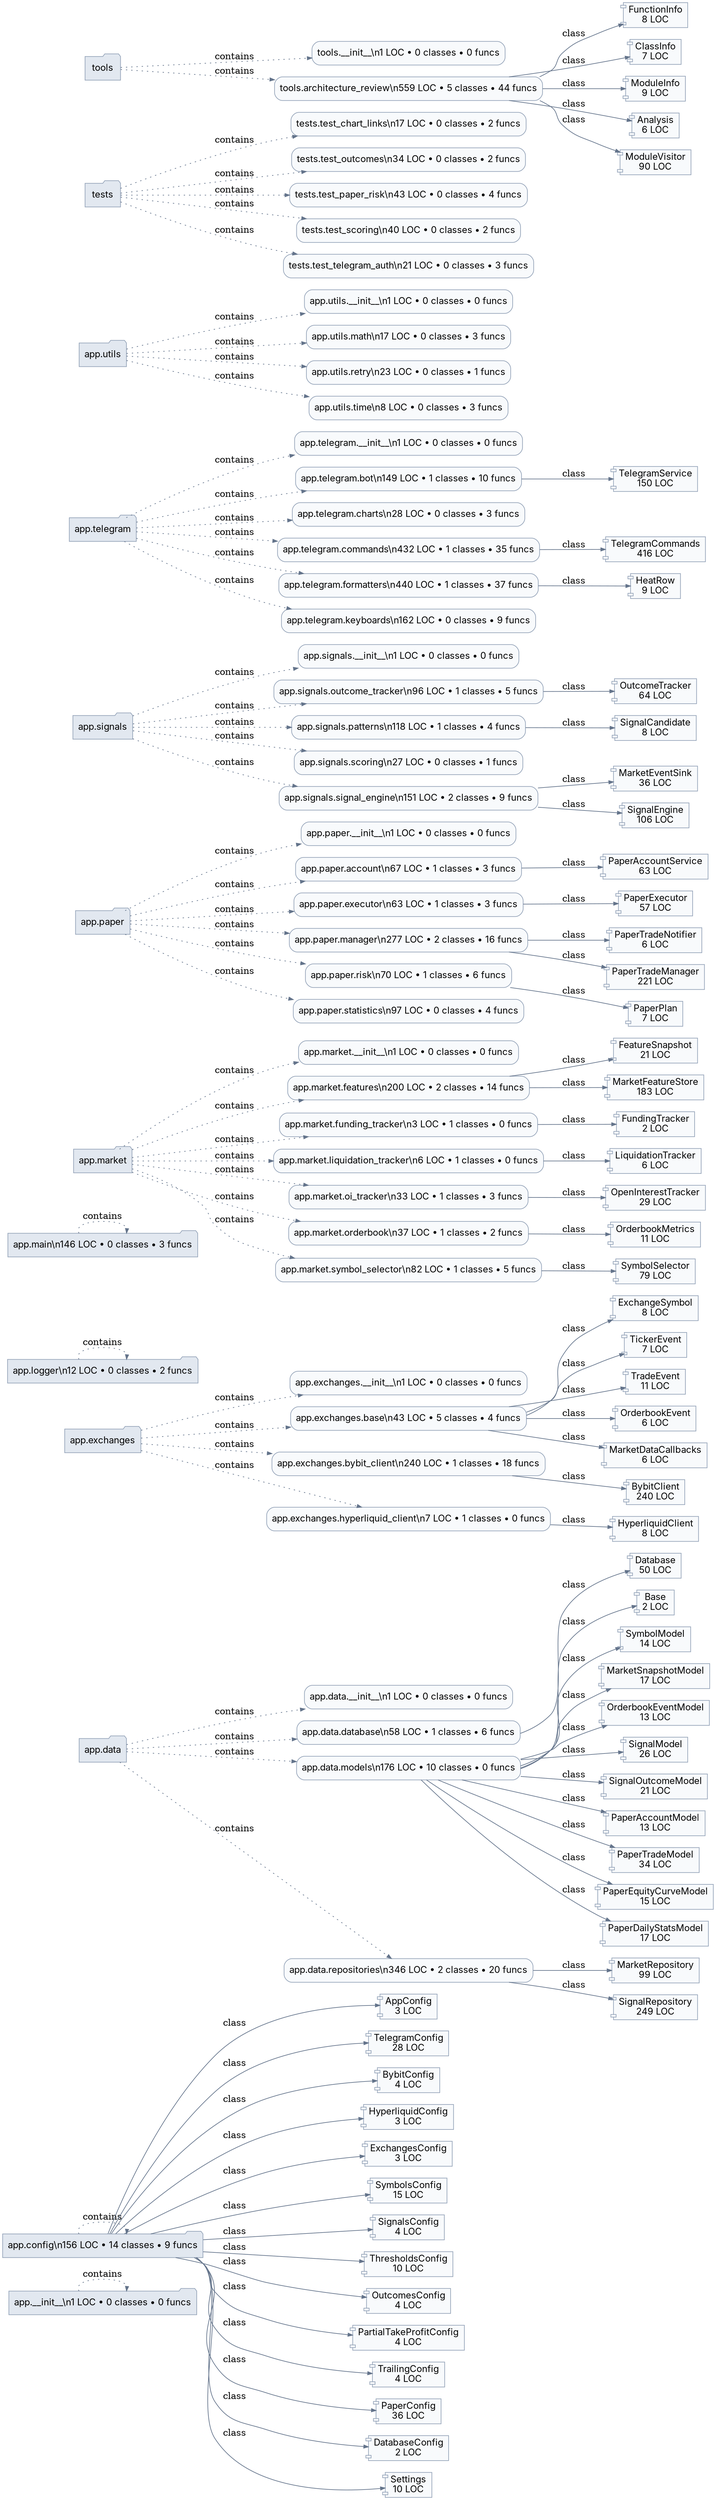
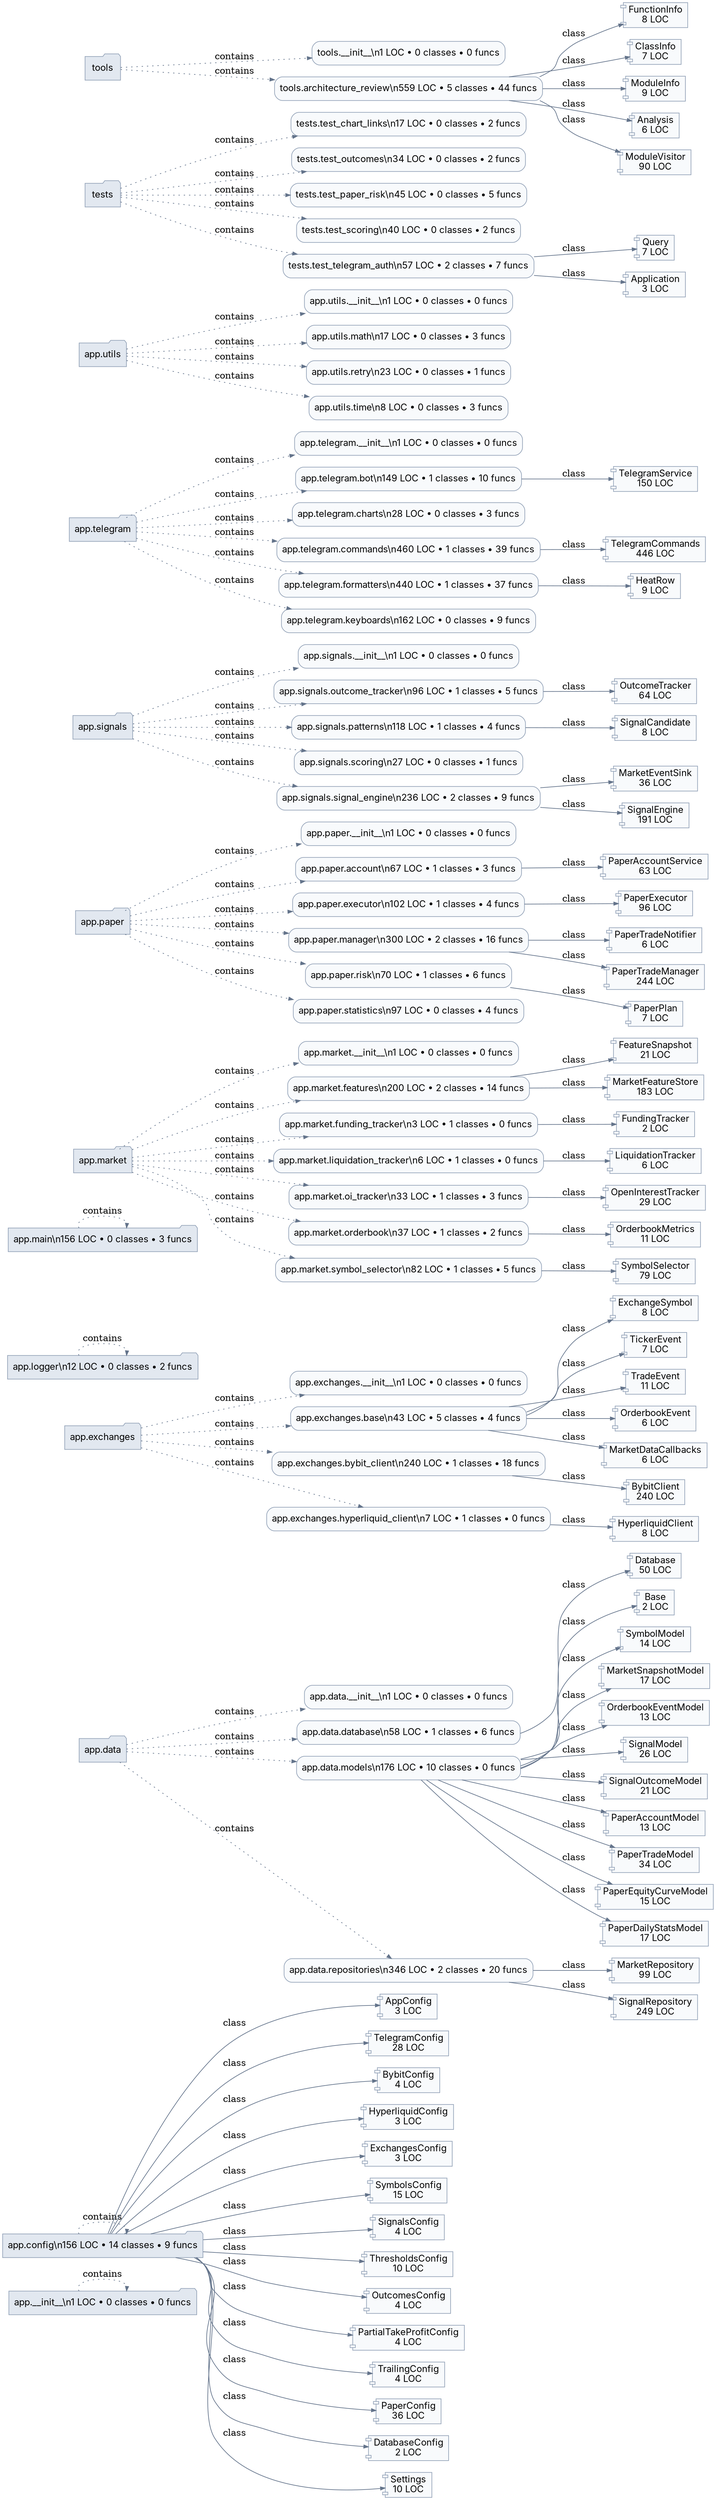
digraph architecture {
  graph [rankdir=LR, bgcolor="white", splines=true];
  node [shape=box, style="rounded,filled", fillcolor="#f8fafc", color="#94a3b8", fontname="Inter"];
  edge [color="#64748b", arrowsize=0.7];
  "app.__init__" [shape=folder, fillcolor="#e2e8f0"];
  "app.config" [shape=folder, fillcolor="#e2e8f0"];
  "app.data" [shape=folder, fillcolor="#e2e8f0"];
  "app.exchanges" [shape=folder, fillcolor="#e2e8f0"];
  "app.logger" [shape=folder, fillcolor="#e2e8f0"];
  "app.main" [shape=folder, fillcolor="#e2e8f0"];
  "app.market" [shape=folder, fillcolor="#e2e8f0"];
  "app.paper" [shape=folder, fillcolor="#e2e8f0"];
  "app.signals" [shape=folder, fillcolor="#e2e8f0"];
  "app.telegram" [shape=folder, fillcolor="#e2e8f0"];
  "app.utils" [shape=folder, fillcolor="#e2e8f0"];
  "tests" [shape=folder, fillcolor="#e2e8f0"];
  "tools" [shape=folder, fillcolor="#e2e8f0"];
  "app.__init__" [label="app.__init__\\n1 LOC • 0 classes • 0 funcs"];
  "app.__init__" -> "app.__init__" [style=dotted, label="contains"];
  "app.config" [label="app.config\\n156 LOC • 14 classes • 9 funcs"];
  "app.config" -> "app.config" [style=dotted, label="contains"];
  "app.config.AppConfig" [shape=component, label="AppConfig\n3 LOC"];
  "app.config" -> "app.config.AppConfig" [label="class"];
  "app.config.TelegramConfig" [shape=component, label="TelegramConfig\n28 LOC"];
  "app.config" -> "app.config.TelegramConfig" [label="class"];
  "app.config.BybitConfig" [shape=component, label="BybitConfig\n4 LOC"];
  "app.config" -> "app.config.BybitConfig" [label="class"];
  "app.config.HyperliquidConfig" [shape=component, label="HyperliquidConfig\n3 LOC"];
  "app.config" -> "app.config.HyperliquidConfig" [label="class"];
  "app.config.ExchangesConfig" [shape=component, label="ExchangesConfig\n3 LOC"];
  "app.config" -> "app.config.ExchangesConfig" [label="class"];
  "app.config.SymbolsConfig" [shape=component, label="SymbolsConfig\n15 LOC"];
  "app.config" -> "app.config.SymbolsConfig" [label="class"];
  "app.config.SignalsConfig" [shape=component, label="SignalsConfig\n4 LOC"];
  "app.config" -> "app.config.SignalsConfig" [label="class"];
  "app.config.ThresholdsConfig" [shape=component, label="ThresholdsConfig\n10 LOC"];
  "app.config" -> "app.config.ThresholdsConfig" [label="class"];
  "app.config.OutcomesConfig" [shape=component, label="OutcomesConfig\n4 LOC"];
  "app.config" -> "app.config.OutcomesConfig" [label="class"];
  "app.config.PartialTakeProfitConfig" [shape=component, label="PartialTakeProfitConfig\n4 LOC"];
  "app.config" -> "app.config.PartialTakeProfitConfig" [label="class"];
  "app.config.TrailingConfig" [shape=component, label="TrailingConfig\n4 LOC"];
  "app.config" -> "app.config.TrailingConfig" [label="class"];
  "app.config.PaperConfig" [shape=component, label="PaperConfig\n36 LOC"];
  "app.config" -> "app.config.PaperConfig" [label="class"];
  "app.config.DatabaseConfig" [shape=component, label="DatabaseConfig\n2 LOC"];
  "app.config" -> "app.config.DatabaseConfig" [label="class"];
  "app.config.Settings" [shape=component, label="Settings\n10 LOC"];
  "app.config" -> "app.config.Settings" [label="class"];
  "app.data.__init__" [label="app.data.__init__\\n1 LOC • 0 classes • 0 funcs"];
  "app.data" -> "app.data.__init__" [style=dotted, label="contains"];
  "app.data.database" [label="app.data.database\\n58 LOC • 1 classes • 6 funcs"];
  "app.data" -> "app.data.database" [style=dotted, label="contains"];
  "app.data.database.Database" [shape=component, label="Database\n50 LOC"];
  "app.data.database" -> "app.data.database.Database" [label="class"];
  "app.data.models" [label="app.data.models\\n176 LOC • 10 classes • 0 funcs"];
  "app.data" -> "app.data.models" [style=dotted, label="contains"];
  "app.data.models.Base" [shape=component, label="Base\n2 LOC"];
  "app.data.models" -> "app.data.models.Base" [label="class"];
  "app.data.models.SymbolModel" [shape=component, label="SymbolModel\n14 LOC"];
  "app.data.models" -> "app.data.models.SymbolModel" [label="class"];
  "app.data.models.MarketSnapshotModel" [shape=component, label="MarketSnapshotModel\n17 LOC"];
  "app.data.models" -> "app.data.models.MarketSnapshotModel" [label="class"];
  "app.data.models.OrderbookEventModel" [shape=component, label="OrderbookEventModel\n13 LOC"];
  "app.data.models" -> "app.data.models.OrderbookEventModel" [label="class"];
  "app.data.models.SignalModel" [shape=component, label="SignalModel\n26 LOC"];
  "app.data.models" -> "app.data.models.SignalModel" [label="class"];
  "app.data.models.SignalOutcomeModel" [shape=component, label="SignalOutcomeModel\n21 LOC"];
  "app.data.models" -> "app.data.models.SignalOutcomeModel" [label="class"];
  "app.data.models.PaperAccountModel" [shape=component, label="PaperAccountModel\n13 LOC"];
  "app.data.models" -> "app.data.models.PaperAccountModel" [label="class"];
  "app.data.models.PaperTradeModel" [shape=component, label="PaperTradeModel\n34 LOC"];
  "app.data.models" -> "app.data.models.PaperTradeModel" [label="class"];
  "app.data.models.PaperEquityCurveModel" [shape=component, label="PaperEquityCurveModel\n15 LOC"];
  "app.data.models" -> "app.data.models.PaperEquityCurveModel" [label="class"];
  "app.data.models.PaperDailyStatsModel" [shape=component, label="PaperDailyStatsModel\n17 LOC"];
  "app.data.models" -> "app.data.models.PaperDailyStatsModel" [label="class"];
  "app.data.repositories" [label="app.data.repositories\\n346 LOC • 2 classes • 20 funcs"];
  "app.data" -> "app.data.repositories" [style=dotted, label="contains"];
  "app.data.repositories.MarketRepository" [shape=component, label="MarketRepository\n99 LOC"];
  "app.data.repositories" -> "app.data.repositories.MarketRepository" [label="class"];
  "app.data.repositories.SignalRepository" [shape=component, label="SignalRepository\n249 LOC"];
  "app.data.repositories" -> "app.data.repositories.SignalRepository" [label="class"];
  "app.exchanges.__init__" [label="app.exchanges.__init__\\n1 LOC • 0 classes • 0 funcs"];
  "app.exchanges" -> "app.exchanges.__init__" [style=dotted, label="contains"];
  "app.exchanges.base" [label="app.exchanges.base\\n43 LOC • 5 classes • 4 funcs"];
  "app.exchanges" -> "app.exchanges.base" [style=dotted, label="contains"];
  "app.exchanges.base.ExchangeSymbol" [shape=component, label="ExchangeSymbol\n8 LOC"];
  "app.exchanges.base" -> "app.exchanges.base.ExchangeSymbol" [label="class"];
  "app.exchanges.base.TickerEvent" [shape=component, label="TickerEvent\n7 LOC"];
  "app.exchanges.base" -> "app.exchanges.base.TickerEvent" [label="class"];
  "app.exchanges.base.TradeEvent" [shape=component, label="TradeEvent\n11 LOC"];
  "app.exchanges.base" -> "app.exchanges.base.TradeEvent" [label="class"];
  "app.exchanges.base.OrderbookEvent" [shape=component, label="OrderbookEvent\n6 LOC"];
  "app.exchanges.base" -> "app.exchanges.base.OrderbookEvent" [label="class"];
  "app.exchanges.base.MarketDataCallbacks" [shape=component, label="MarketDataCallbacks\n6 LOC"];
  "app.exchanges.base" -> "app.exchanges.base.MarketDataCallbacks" [label="class"];
  "app.exchanges.bybit_client" [label="app.exchanges.bybit_client\\n240 LOC • 1 classes • 18 funcs"];
  "app.exchanges" -> "app.exchanges.bybit_client" [style=dotted, label="contains"];
  "app.exchanges.bybit_client.BybitClient" [shape=component, label="BybitClient\n240 LOC"];
  "app.exchanges.bybit_client" -> "app.exchanges.bybit_client.BybitClient" [label="class"];
  "app.exchanges.hyperliquid_client" [label="app.exchanges.hyperliquid_client\\n7 LOC • 1 classes • 0 funcs"];
  "app.exchanges" -> "app.exchanges.hyperliquid_client" [style=dotted, label="contains"];
  "app.exchanges.hyperliquid_client.HyperliquidClient" [shape=component, label="HyperliquidClient\n8 LOC"];
  "app.exchanges.hyperliquid_client" -> "app.exchanges.hyperliquid_client.HyperliquidClient" [label="class"];
  "app.logger" [label="app.logger\\n12 LOC • 0 classes • 2 funcs"];
  "app.logger" -> "app.logger" [style=dotted, label="contains"];
-   "app.main" [label="app.main\\n146 LOC • 0 classes • 3 funcs"];
+   "app.main" [label="app.main\\n156 LOC • 0 classes • 3 funcs"];
  "app.main" -> "app.main" [style=dotted, label="contains"];
  "app.market.__init__" [label="app.market.__init__\\n1 LOC • 0 classes • 0 funcs"];
  "app.market" -> "app.market.__init__" [style=dotted, label="contains"];
  "app.market.features" [label="app.market.features\\n200 LOC • 2 classes • 14 funcs"];
  "app.market" -> "app.market.features" [style=dotted, label="contains"];
  "app.market.features.FeatureSnapshot" [shape=component, label="FeatureSnapshot\n21 LOC"];
  "app.market.features" -> "app.market.features.FeatureSnapshot" [label="class"];
  "app.market.features.MarketFeatureStore" [shape=component, label="MarketFeatureStore\n183 LOC"];
  "app.market.features" -> "app.market.features.MarketFeatureStore" [label="class"];
  "app.market.funding_tracker" [label="app.market.funding_tracker\\n3 LOC • 1 classes • 0 funcs"];
  "app.market" -> "app.market.funding_tracker" [style=dotted, label="contains"];
  "app.market.funding_tracker.FundingTracker" [shape=component, label="FundingTracker\n2 LOC"];
  "app.market.funding_tracker" -> "app.market.funding_tracker.FundingTracker" [label="class"];
  "app.market.liquidation_tracker" [label="app.market.liquidation_tracker\\n6 LOC • 1 classes • 0 funcs"];
  "app.market" -> "app.market.liquidation_tracker" [style=dotted, label="contains"];
  "app.market.liquidation_tracker.LiquidationTracker" [shape=component, label="LiquidationTracker\n6 LOC"];
  "app.market.liquidation_tracker" -> "app.market.liquidation_tracker.LiquidationTracker" [label="class"];
  "app.market.oi_tracker" [label="app.market.oi_tracker\\n33 LOC • 1 classes • 3 funcs"];
  "app.market" -> "app.market.oi_tracker" [style=dotted, label="contains"];
  "app.market.oi_tracker.OpenInterestTracker" [shape=component, label="OpenInterestTracker\n29 LOC"];
  "app.market.oi_tracker" -> "app.market.oi_tracker.OpenInterestTracker" [label="class"];
  "app.market.orderbook" [label="app.market.orderbook\\n37 LOC • 1 classes • 2 funcs"];
  "app.market" -> "app.market.orderbook" [style=dotted, label="contains"];
  "app.market.orderbook.OrderbookMetrics" [shape=component, label="OrderbookMetrics\n11 LOC"];
  "app.market.orderbook" -> "app.market.orderbook.OrderbookMetrics" [label="class"];
  "app.market.symbol_selector" [label="app.market.symbol_selector\\n82 LOC • 1 classes • 5 funcs"];
  "app.market" -> "app.market.symbol_selector" [style=dotted, label="contains"];
  "app.market.symbol_selector.SymbolSelector" [shape=component, label="SymbolSelector\n79 LOC"];
  "app.market.symbol_selector" -> "app.market.symbol_selector.SymbolSelector" [label="class"];
  "app.paper.__init__" [label="app.paper.__init__\\n1 LOC • 0 classes • 0 funcs"];
  "app.paper" -> "app.paper.__init__" [style=dotted, label="contains"];
  "app.paper.account" [label="app.paper.account\\n67 LOC • 1 classes • 3 funcs"];
  "app.paper" -> "app.paper.account" [style=dotted, label="contains"];
  "app.paper.account.PaperAccountService" [shape=component, label="PaperAccountService\n63 LOC"];
  "app.paper.account" -> "app.paper.account.PaperAccountService" [label="class"];
-   "app.paper.executor" [label="app.paper.executor\\n63 LOC • 1 classes • 3 funcs"];
+   "app.paper.executor" [label="app.paper.executor\\n102 LOC • 1 classes • 4 funcs"];
  "app.paper" -> "app.paper.executor" [style=dotted, label="contains"];
-   "app.paper.executor.PaperExecutor" [shape=component, label="PaperExecutor\n57 LOC"];
+   "app.paper.executor.PaperExecutor" [shape=component, label="PaperExecutor\n96 LOC"];
  "app.paper.executor" -> "app.paper.executor.PaperExecutor" [label="class"];
-   "app.paper.manager" [label="app.paper.manager\\n277 LOC • 2 classes • 16 funcs"];
+   "app.paper.manager" [label="app.paper.manager\\n300 LOC • 2 classes • 16 funcs"];
  "app.paper" -> "app.paper.manager" [style=dotted, label="contains"];
  "app.paper.manager.PaperTradeNotifier" [shape=component, label="PaperTradeNotifier\n6 LOC"];
  "app.paper.manager" -> "app.paper.manager.PaperTradeNotifier" [label="class"];
-   "app.paper.manager.PaperTradeManager" [shape=component, label="PaperTradeManager\n221 LOC"];
+   "app.paper.manager.PaperTradeManager" [shape=component, label="PaperTradeManager\n244 LOC"];
  "app.paper.manager" -> "app.paper.manager.PaperTradeManager" [label="class"];
  "app.paper.risk" [label="app.paper.risk\\n70 LOC • 1 classes • 6 funcs"];
  "app.paper" -> "app.paper.risk" [style=dotted, label="contains"];
  "app.paper.risk.PaperPlan" [shape=component, label="PaperPlan\n7 LOC"];
  "app.paper.risk" -> "app.paper.risk.PaperPlan" [label="class"];
  "app.paper.statistics" [label="app.paper.statistics\\n97 LOC • 0 classes • 4 funcs"];
  "app.paper" -> "app.paper.statistics" [style=dotted, label="contains"];
  "app.signals.__init__" [label="app.signals.__init__\\n1 LOC • 0 classes • 0 funcs"];
  "app.signals" -> "app.signals.__init__" [style=dotted, label="contains"];
  "app.signals.outcome_tracker" [label="app.signals.outcome_tracker\\n96 LOC • 1 classes • 5 funcs"];
  "app.signals" -> "app.signals.outcome_tracker" [style=dotted, label="contains"];
  "app.signals.outcome_tracker.OutcomeTracker" [shape=component, label="OutcomeTracker\n64 LOC"];
  "app.signals.outcome_tracker" -> "app.signals.outcome_tracker.OutcomeTracker" [label="class"];
  "app.signals.patterns" [label="app.signals.patterns\\n118 LOC • 1 classes • 4 funcs"];
  "app.signals" -> "app.signals.patterns" [style=dotted, label="contains"];
  "app.signals.patterns.SignalCandidate" [shape=component, label="SignalCandidate\n8 LOC"];
  "app.signals.patterns" -> "app.signals.patterns.SignalCandidate" [label="class"];
  "app.signals.scoring" [label="app.signals.scoring\\n27 LOC • 0 classes • 1 funcs"];
  "app.signals" -> "app.signals.scoring" [style=dotted, label="contains"];
-   "app.signals.signal_engine" [label="app.signals.signal_engine\\n151 LOC • 2 classes • 9 funcs"];
+   "app.signals.signal_engine" [label="app.signals.signal_engine\\n236 LOC • 2 classes • 9 funcs"];
  "app.signals" -> "app.signals.signal_engine" [style=dotted, label="contains"];
  "app.signals.signal_engine.MarketEventSink" [shape=component, label="MarketEventSink\n36 LOC"];
  "app.signals.signal_engine" -> "app.signals.signal_engine.MarketEventSink" [label="class"];
-   "app.signals.signal_engine.SignalEngine" [shape=component, label="SignalEngine\n106 LOC"];
+   "app.signals.signal_engine.SignalEngine" [shape=component, label="SignalEngine\n191 LOC"];
  "app.signals.signal_engine" -> "app.signals.signal_engine.SignalEngine" [label="class"];
  "app.telegram.__init__" [label="app.telegram.__init__\\n1 LOC • 0 classes • 0 funcs"];
  "app.telegram" -> "app.telegram.__init__" [style=dotted, label="contains"];
  "app.telegram.bot" [label="app.telegram.bot\\n149 LOC • 1 classes • 10 funcs"];
  "app.telegram" -> "app.telegram.bot" [style=dotted, label="contains"];
  "app.telegram.bot.TelegramService" [shape=component, label="TelegramService\n150 LOC"];
  "app.telegram.bot" -> "app.telegram.bot.TelegramService" [label="class"];
  "app.telegram.charts" [label="app.telegram.charts\\n28 LOC • 0 classes • 3 funcs"];
  "app.telegram" -> "app.telegram.charts" [style=dotted, label="contains"];
-   "app.telegram.commands" [label="app.telegram.commands\\n432 LOC • 1 classes • 35 funcs"];
+   "app.telegram.commands" [label="app.telegram.commands\\n460 LOC • 1 classes • 39 funcs"];
  "app.telegram" -> "app.telegram.commands" [style=dotted, label="contains"];
-   "app.telegram.commands.TelegramCommands" [shape=component, label="TelegramCommands\n416 LOC"];
+   "app.telegram.commands.TelegramCommands" [shape=component, label="TelegramCommands\n446 LOC"];
  "app.telegram.commands" -> "app.telegram.commands.TelegramCommands" [label="class"];
  "app.telegram.formatters" [label="app.telegram.formatters\\n440 LOC • 1 classes • 37 funcs"];
  "app.telegram" -> "app.telegram.formatters" [style=dotted, label="contains"];
  "app.telegram.formatters.HeatRow" [shape=component, label="HeatRow\n9 LOC"];
  "app.telegram.formatters" -> "app.telegram.formatters.HeatRow" [label="class"];
  "app.telegram.keyboards" [label="app.telegram.keyboards\\n162 LOC • 0 classes • 9 funcs"];
  "app.telegram" -> "app.telegram.keyboards" [style=dotted, label="contains"];
  "app.utils.__init__" [label="app.utils.__init__\\n1 LOC • 0 classes • 0 funcs"];
  "app.utils" -> "app.utils.__init__" [style=dotted, label="contains"];
  "app.utils.math" [label="app.utils.math\\n17 LOC • 0 classes • 3 funcs"];
  "app.utils" -> "app.utils.math" [style=dotted, label="contains"];
  "app.utils.retry" [label="app.utils.retry\\n23 LOC • 0 classes • 1 funcs"];
  "app.utils" -> "app.utils.retry" [style=dotted, label="contains"];
  "app.utils.time" [label="app.utils.time\\n8 LOC • 0 classes • 3 funcs"];
  "app.utils" -> "app.utils.time" [style=dotted, label="contains"];
  "tests.test_chart_links" [label="tests.test_chart_links\\n17 LOC • 0 classes • 2 funcs"];
  "tests" -> "tests.test_chart_links" [style=dotted, label="contains"];
  "tests.test_outcomes" [label="tests.test_outcomes\\n34 LOC • 0 classes • 2 funcs"];
  "tests" -> "tests.test_outcomes" [style=dotted, label="contains"];
-   "tests.test_paper_risk" [label="tests.test_paper_risk\\n43 LOC • 0 classes • 4 funcs"];
+   "tests.test_paper_risk" [label="tests.test_paper_risk\\n45 LOC • 0 classes • 5 funcs"];
  "tests" -> "tests.test_paper_risk" [style=dotted, label="contains"];
  "tests.test_scoring" [label="tests.test_scoring\\n40 LOC • 0 classes • 2 funcs"];
  "tests" -> "tests.test_scoring" [style=dotted, label="contains"];
-   "tests.test_telegram_auth" [label="tests.test_telegram_auth\\n21 LOC • 0 classes • 3 funcs"];
+   "tests.test_telegram_auth" [label="tests.test_telegram_auth\\n57 LOC • 2 classes • 7 funcs"];
  "tests" -> "tests.test_telegram_auth" [style=dotted, label="contains"];
+   "tests.test_telegram_auth.test_callback_answers_before_background_processing.Query" [shape=component, label="Query\n7 LOC"];
+   "tests.test_telegram_auth" -> "tests.test_telegram_auth.test_callback_answers_before_background_processing.Query" [label="class"];
+   "tests.test_telegram_auth.test_callback_answers_before_background_processing.Application" [shape=component, label="Application\n3 LOC"];
+   "tests.test_telegram_auth" -> "tests.test_telegram_auth.test_callback_answers_before_background_processing.Application" [label="class"];
  "tools.__init__" [label="tools.__init__\\n1 LOC • 0 classes • 0 funcs"];
  "tools" -> "tools.__init__" [style=dotted, label="contains"];
  "tools.architecture_review" [label="tools.architecture_review\\n559 LOC • 5 classes • 44 funcs"];
  "tools" -> "tools.architecture_review" [style=dotted, label="contains"];
  "tools.architecture_review.FunctionInfo" [shape=component, label="FunctionInfo\n8 LOC"];
  "tools.architecture_review" -> "tools.architecture_review.FunctionInfo" [label="class"];
  "tools.architecture_review.ClassInfo" [shape=component, label="ClassInfo\n7 LOC"];
  "tools.architecture_review" -> "tools.architecture_review.ClassInfo" [label="class"];
  "tools.architecture_review.ModuleInfo" [shape=component, label="ModuleInfo\n9 LOC"];
  "tools.architecture_review" -> "tools.architecture_review.ModuleInfo" [label="class"];
  "tools.architecture_review.Analysis" [shape=component, label="Analysis\n6 LOC"];
  "tools.architecture_review" -> "tools.architecture_review.Analysis" [label="class"];
  "tools.architecture_review.ModuleVisitor" [shape=component, label="ModuleVisitor\n90 LOC"];
  "tools.architecture_review" -> "tools.architecture_review.ModuleVisitor" [label="class"];
}
